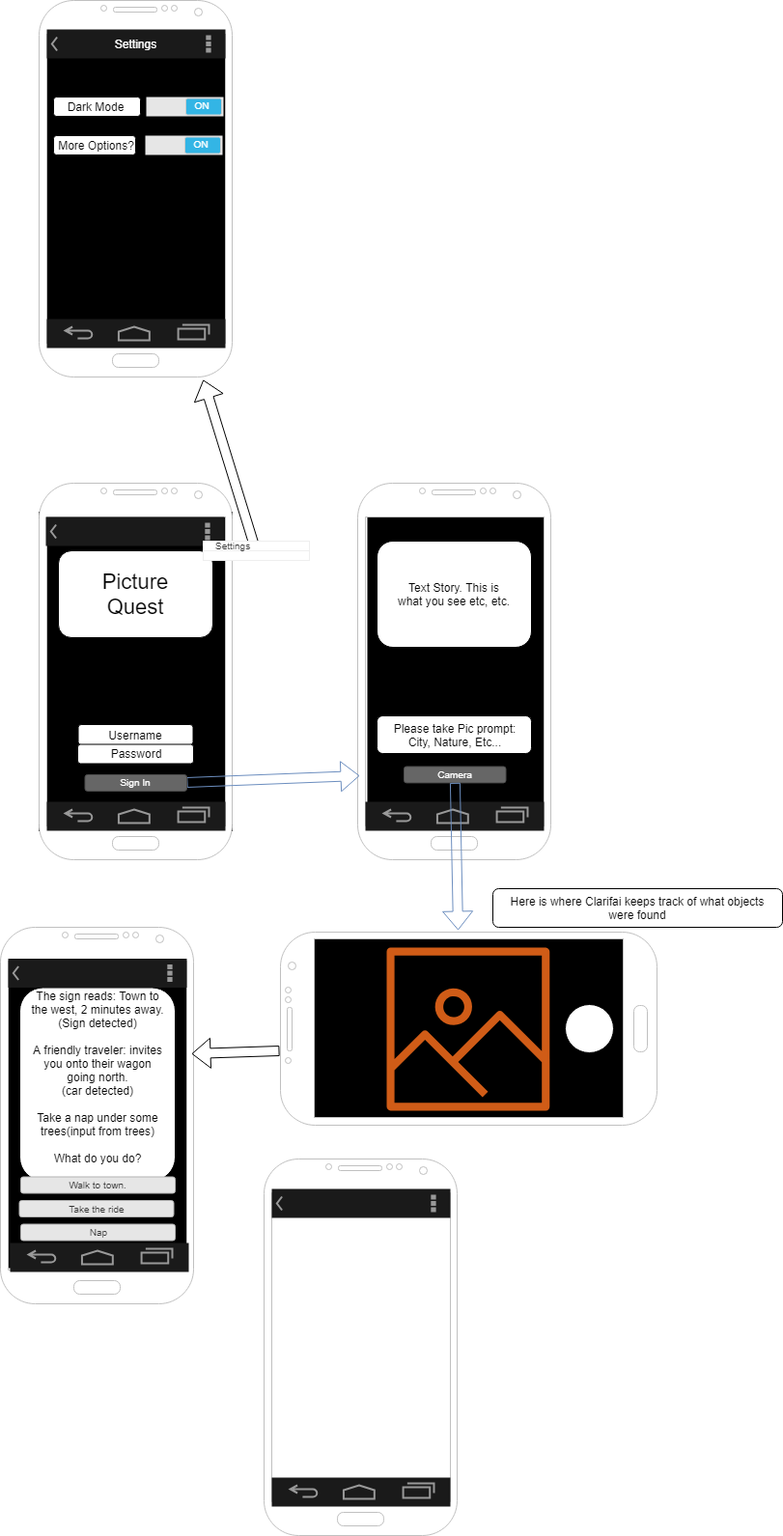
Before: docs/pqwireframe.png, a diagram exported from draw.io (balexander16/PictureQuest). Source tidied: cells renumbered, new cells last; positions are measured from the earlier drawing's top-left corner, leaving out a move shared by most shapes.
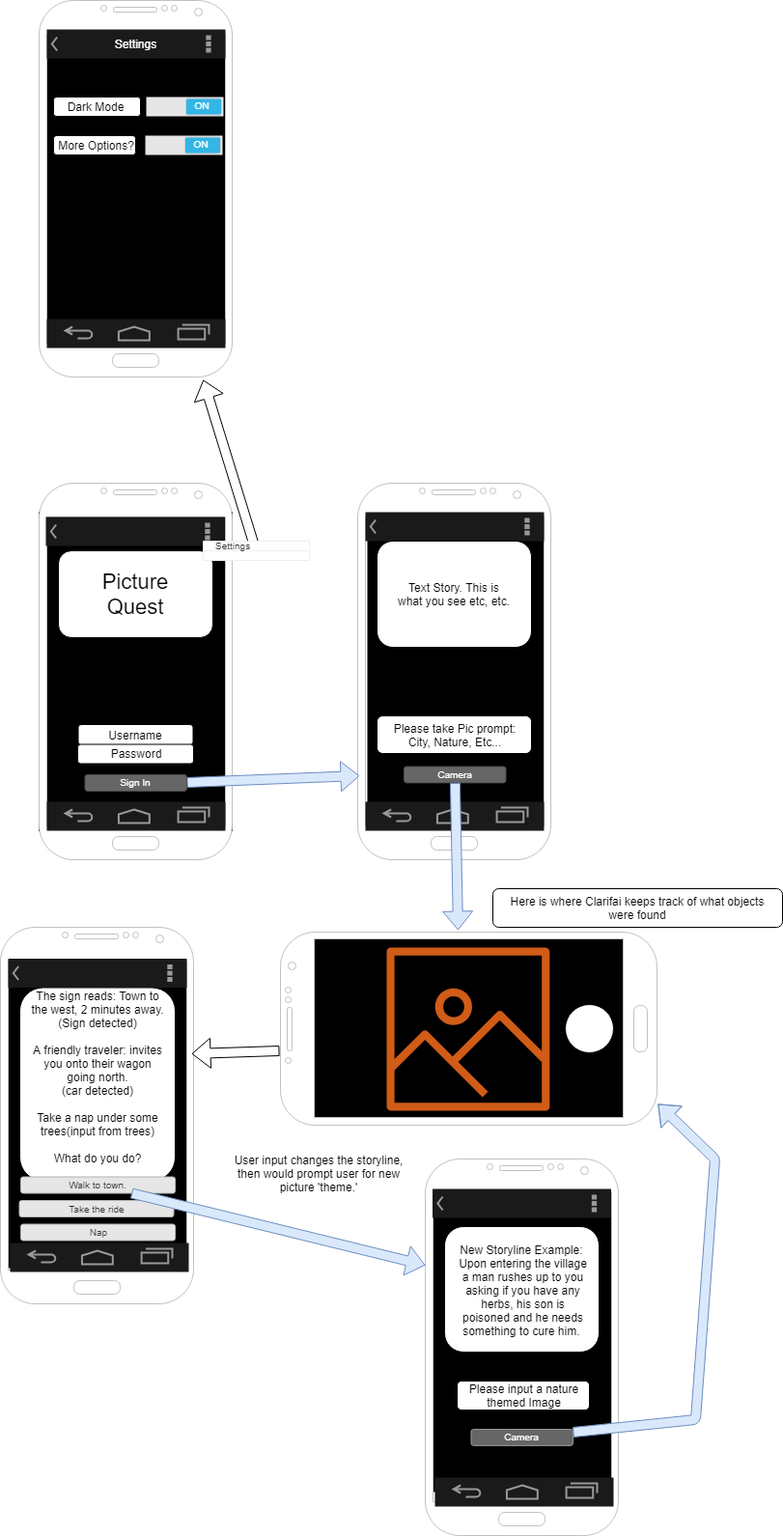
After the commit.

Diff of the diagram source:
```diff
@@ -2,6 +2,9 @@
   <root>
     <mxCell id="0" />
     <mxCell id="1" parent="0" />
+    <mxCell id="57" style="rounded=0;whiteSpace=wrap;html=1;fillColor=#000000;rotation=-90;" parent="1" vertex="1">
+      <mxGeometry x="439" y="1289" width="320" height="191" as="geometry" />
+    </mxCell>
     <mxCell id="2" style="rounded=0;whiteSpace=wrap;html=1;fillColor=#000000;rotation=90;" parent="1" vertex="1">
       <mxGeometry y="1056" width="323" height="190" as="geometry" />
     </mxCell>
@@ -50,7 +53,7 @@
     <mxCell id="17" value="Password" style="text;html=1;strokeColor=none;fillColor=none;align=center;verticalAlign=middle;whiteSpace=wrap;rounded=0;" parent="1" vertex="1">
       <mxGeometry x="149" y="770" width="100" height="20" as="geometry" />
     </mxCell>
-    <mxCell id="18" style="shape=flexArrow;endArrow=classic;html=1;exitX=1;exitY=0.5;exitDx=0;exitDy=0;fillColor=none;strokeColor=#6c8ebf;entryX=0.01;entryY=0.777;entryDx=0;entryDy=0;entryPerimeter=0;" parent="1" edge="1" source="21" target="10">
+    <mxCell id="18" style="shape=flexArrow;endArrow=classic;html=1;exitX=1;exitY=0.5;exitDx=0;exitDy=0;fillColor=#dae8fc;strokeColor=#6c8ebf;entryX=0.01;entryY=0.777;entryDx=0;entryDy=0;entryPerimeter=0;" parent="1" edge="1" source="21" target="10">
       <mxGeometry relative="1" as="geometry" />
     </mxCell>
     <mxCell id="19" value="&lt;font style=&quot;font-size: 22px&quot;&gt;Picture Quest&lt;/font&gt;" style="text;html=1;strokeColor=none;fillColor=none;align=center;verticalAlign=middle;whiteSpace=wrap;rounded=0;" parent="1" vertex="1">
@@ -121,7 +124,7 @@
     <mxCell id="40" value="Camera" style="rounded=1;html=1;shadow=0;dashed=0;whiteSpace=wrap;fontSize=10;fillColor=#666666;align=center;strokeColor=#4D4D4D;fontColor=#ffffff;" parent="1" vertex="1">
       <mxGeometry x="477" y="793.5" width="105.5" height="16.9" as="geometry" />
     </mxCell>
-    <mxCell id="41" style="shape=flexArrow;endArrow=classic;html=1;fillColor=none;strokeColor=#6c8ebf;entryX=1.01;entryY=0.472;entryDx=0;entryDy=0;entryPerimeter=0;" parent="1" edge="1" source="40" target="9">
+    <mxCell id="41" style="shape=flexArrow;endArrow=classic;html=1;fillColor=#dae8fc;strokeColor=#6c8ebf;entryX=1.01;entryY=0.472;entryDx=0;entryDy=0;entryPerimeter=0;" parent="1" edge="1" source="40" target="9">
       <mxGeometry relative="1" as="geometry" />
     </mxCell>
     <mxCell id="42" style="fontColor=#232F3E;gradientColor=none;fillColor=#D05C17;strokeColor=none;dashed=0;verticalLabelPosition=bottom;verticalAlign=top;align=center;html=1;fontSize=12;fontStyle=0;shape=mxgraph.aws4.container_registry_image;" parent="1" vertex="1">
@@ -163,13 +166,45 @@
       <mxGeometry x="69" y="1287" width="185" height="30" as="geometry" />
     </mxCell>
     <mxCell id="54" style="verticalLabelPosition=bottom;verticalAlign=top;html=1;shadow=0;dashed=0;strokeWidth=1;shape=mxgraph.android.phone2;fillColor=#ffffff;strokeColor=#c0c0c0;" parent="1" vertex="1">
-      <mxGeometry x="332" y="1200" width="200" height="390" as="geometry" />
+      <mxGeometry x="499" y="1200" width="200" height="390" as="geometry" />
     </mxCell>
     <mxCell id="55" style="strokeWidth=1;html=1;shadow=0;dashed=0;shape=mxgraph.android.action_bar;fillColor=#1A1A1A;strokeColor=#c0c0c0;strokeWidth=2;fontColor=#FFFFFF;" parent="1" vertex="1">
-      <mxGeometry x="340" y="1231" width="185" height="30" as="geometry" />
+      <mxGeometry x="506.5" y="1231" width="185" height="30" as="geometry" />
     </mxCell>
     <mxCell id="56" style="verticalLabelPosition=bottom;verticalAlign=top;html=1;shadow=0;dashed=0;strokeWidth=2;shape=mxgraph.android.navigation_bar_1;fillColor=#1A1A1A;strokeColor=#999999;" parent="1" vertex="1">
-      <mxGeometry x="340" y="1530" width="185" height="30" as="geometry" />
+      <mxGeometry x="509" y="1530" width="185" height="30" as="geometry" />
     </mxCell>
+    <mxCell id="58" style="shape=flexArrow;endArrow=classic;html=1;fillColor=#dae8fc;entryX=0;entryY=0.282;entryDx=0;entryDy=0;entryPerimeter=0;strokeColor=#6c8ebf;" parent="1" edge="1" source="50" target="54">
+      <mxGeometry relative="1" as="geometry" />
+    </mxCell>
+    <mxCell id="59" value="User input changes the storyline, then would prompt user for new picture 'theme.'" style="text;html=1;strokeColor=none;fillColor=none;align=center;verticalAlign=middle;whiteSpace=wrap;rounded=0;" parent="1" vertex="1">
+      <mxGeometry x="299" y="1190" width="180" height="50" as="geometry" />
+    </mxCell>
+    <mxCell id="60" style="rounded=1;whiteSpace=wrap;html=1;fillColor=#FFFFFF;" parent="1" vertex="1">
+      <mxGeometry x="519" y="1270" width="160" height="130" as="geometry" />
+    </mxCell>
+    <mxCell id="61" value="New Storyline Example:&amp;nbsp;&lt;br&gt;Upon entering the village a man rushes up to you asking if you have any herbs, his son is poisoned and he needs something to cure him.&amp;nbsp;&lt;br&gt;" style="text;html=1;strokeColor=none;fillColor=none;align=center;verticalAlign=middle;whiteSpace=wrap;rounded=0;" parent="1" vertex="1">
+      <mxGeometry x="532" y="1282" width="137" height="108" as="geometry" />
+    </mxCell>
+    <mxCell id="62" style="rounded=1;whiteSpace=wrap;html=1;fillColor=#FFFFFF;" parent="1" vertex="1">
+      <mxGeometry x="532" y="1430" width="137" height="30" as="geometry" />
+    </mxCell>
+    <mxCell id="63" value="Please input a nature themed Image" style="text;html=1;strokeColor=none;fillColor=none;align=center;verticalAlign=middle;whiteSpace=wrap;rounded=0;" parent="1" vertex="1">
+      <mxGeometry x="543" y="1435" width="117" height="20" as="geometry" />
+    </mxCell>
+    <mxCell id="64" value="Camera" style="rounded=1;html=1;shadow=0;dashed=0;whiteSpace=wrap;fontSize=10;fillColor=#666666;align=center;strokeColor=#999999;fontColor=#ffffff;" parent="1" vertex="1">
+      <mxGeometry x="546.5" y="1480" width="105.5" height="16.9" as="geometry" />
+    </mxCell>
+    <mxCell id="65" style="shape=flexArrow;endArrow=classic;html=1;fillColor=#dae8fc;entryX=0.11;entryY=1.003;entryDx=0;entryDy=0;entryPerimeter=0;strokeColor=#6c8ebf;" parent="1" edge="1" source="64" target="9">
+      <mxGeometry relative="1" as="geometry">
+        <Array as="points">
+          <mxPoint x="779" y="1470" />
+          <mxPoint x="799" y="1200" />
+        </Array>
+      </mxGeometry>
+    </mxCell>
+    <mxCell id="66" style="strokeWidth=1;html=1;shadow=0;dashed=0;shape=mxgraph.android.action_bar;fillColor=#1A1A1A;strokeColor=#c0c0c0;strokeWidth=2;fontColor=#FFFFFF;" parent="1" vertex="1">
+      <mxGeometry x="437" y="530" width="185" height="30" as="geometry" />
+    </mxCell>
   </root>
 </mxGraphModel>
```
